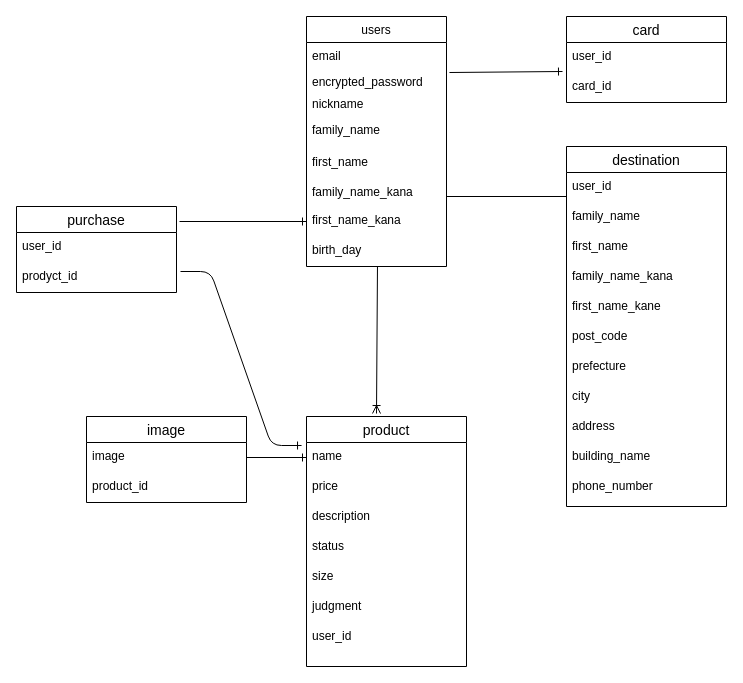
Before: test.dio in sasaki1125/furima-33075, a draw.io diagram. Source tidied: cells renumbered, new cells numbered last; positions are measured from the earlier drawing's top-left corner, leaving out a move shared by most shapes. Both pictures are drawn from the tidied source at 100%, with x=0, y=0 at pixel (16, 16).
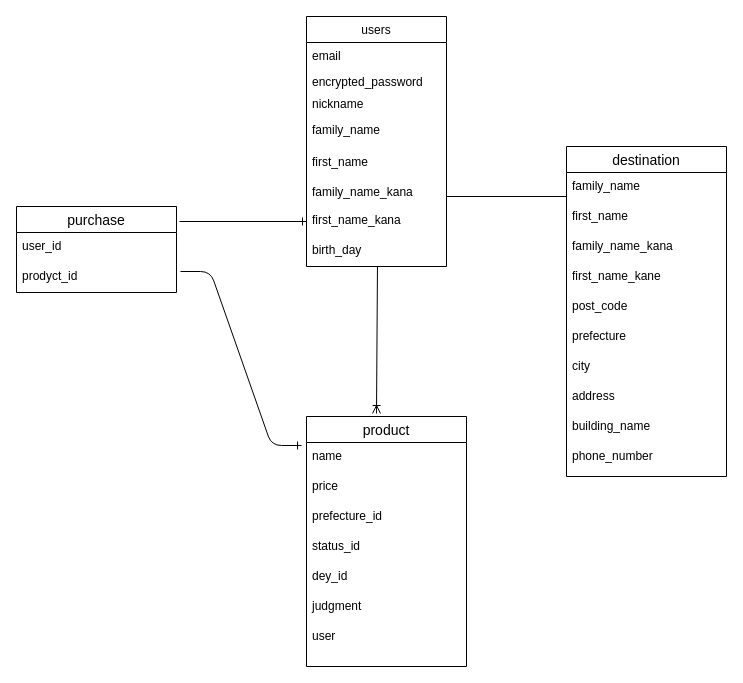
The same page after the edit.

Commit message (it also covers changes not shown here):
DB設計　再提出

Unchanged cells that the change refers to:
```xml
<mxCell id="4" value="encrypted_password" style="text;strokeColor=none;fillColor=none;align=left;verticalAlign=top;spacingLeft=4;spacingRight=4;overflow=hidden;points=[[0,0.5],[1,0.5]];portConstraint=eastwest;labelBackgroundColor=none;" parent="2" vertex="1">
  <mxGeometry y="52" width="140" height="22" as="geometry" />
</mxCell>
<mxCell id="26" value="product" style="swimlane;fontStyle=0;horizontal=1;startSize=26;align=center;fontSize=14;labelBackgroundColor=none;" parent="1" vertex="1">
  <mxGeometry x="290" y="400" width="160" height="250" as="geometry" />
</mxCell>
<mxCell id="27" value="name" style="text;strokeColor=none;fillColor=none;spacingLeft=4;spacingRight=4;overflow=hidden;points=[[0,0.5],[1,0.5]];portConstraint=eastwest;fontSize=12;" parent="26" vertex="1">
  <mxGeometry y="26" width="160" height="30" as="geometry" />
</mxCell>
```

The edit, as a diff of the source:
```diff
@@
-    <mxCell id="11" value="card" style="swimlane;fontStyle=0;horizontal=1;startSize=26;align=center;fontSize=14;labelBackgroundColor=none;" parent="1" vertex="1">
-      <mxGeometry x="550" width="160" height="86" as="geometry" />
-    </mxCell>
-    <mxCell id="12" value="user_id" style="text;strokeColor=none;fillColor=none;spacingLeft=4;spacingRight=4;overflow=hidden;points=[[0,0.5],[1,0.5]];portConstraint=eastwest;fontSize=12;" parent="11" vertex="1">
-      <mxGeometry y="26" width="160" height="30" as="geometry" />
-    </mxCell>
-    <mxCell id="13" value="card_id" style="text;strokeColor=none;fillColor=none;spacingLeft=4;spacingRight=4;overflow=hidden;fontSize=12;" parent="11" vertex="1">
-      <mxGeometry y="56" width="160" height="30" as="geometry" />
-    </mxCell>
     <mxCell id="14" value="destination" style="swimlane;fontStyle=0;horizontal=1;startSize=26;align=center;fontSize=14;labelBackgroundColor=none;" parent="1" vertex="1">
-      <mxGeometry x="550" y="130" width="160" height="360" as="geometry" />
+      <mxGeometry x="550" y="130" width="160" height="330" as="geometry" />
     </mxCell>
-    <mxCell id="15" value="user_id" style="text;strokeColor=none;fillColor=none;spacingLeft=4;spacingRight=4;overflow=hidden;fontSize=12;" parent="14" vertex="1">
-      <mxGeometry y="26" width="160" height="30" as="geometry" />
-    </mxCell>
     <mxCell id="16" value="family_name" style="text;spacingLeft=4;spacingRight=4;overflow=hidden;fontSize=12;" parent="14" vertex="1">
-      <mxGeometry y="56" width="160" height="30" as="geometry" />
+      <mxGeometry y="26" width="160" height="30" as="geometry" />
     </mxCell>
     <mxCell id="17" value="first_name" style="text;strokeColor=none;fillColor=none;spacingLeft=4;spacingRight=4;overflow=hidden;fontSize=12;" parent="14" vertex="1">
-      <mxGeometry y="86" width="160" height="30" as="geometry" />
+      <mxGeometry y="56" width="160" height="30" as="geometry" />
     </mxCell>
     <mxCell id="18" value="family_name_kana" style="text;strokeColor=none;fillColor=none;spacingLeft=4;spacingRight=4;overflow=hidden;fontSize=12;" parent="14" vertex="1">
-      <mxGeometry y="116" width="160" height="30" as="geometry" />
+      <mxGeometry y="86" width="160" height="30" as="geometry" />
     </mxCell>
     <mxCell id="19" value="first_name_kane" style="text;strokeColor=none;fillColor=none;spacingLeft=4;spacingRight=4;overflow=hidden;fontSize=12;" parent="14" vertex="1">
-      <mxGeometry y="146" width="160" height="30" as="geometry" />
+      <mxGeometry y="116" width="160" height="30" as="geometry" />
     </mxCell>
     <mxCell id="20" value="post_code" style="text;strokeColor=none;fillColor=none;spacingLeft=4;spacingRight=4;overflow=hidden;fontSize=12;" parent="14" vertex="1">
-      <mxGeometry y="176" width="160" height="30" as="geometry" />
+      <mxGeometry y="146" width="160" height="30" as="geometry" />
     </mxCell>
     <mxCell id="21" value="prefecture" style="text;strokeColor=none;fillColor=none;spacingLeft=4;spacingRight=4;overflow=hidden;fontSize=12;" parent="14" vertex="1">
-      <mxGeometry y="206" width="160" height="30" as="geometry" />
+      <mxGeometry y="176" width="160" height="30" as="geometry" />
     </mxCell>
     <mxCell id="22" value="city" style="text;strokeColor=none;fillColor=none;spacingLeft=4;spacingRight=4;overflow=hidden;fontSize=12;" parent="14" vertex="1">
-      <mxGeometry y="236" width="160" height="30" as="geometry" />
+      <mxGeometry y="206" width="160" height="30" as="geometry" />
     </mxCell>
     <mxCell id="23" value="address" style="text;strokeColor=none;fillColor=none;spacingLeft=4;spacingRight=4;overflow=hidden;fontSize=12;" parent="14" vertex="1">
-      <mxGeometry y="266" width="160" height="30" as="geometry" />
+      <mxGeometry y="236" width="160" height="30" as="geometry" />
     </mxCell>
     <mxCell id="24" value="building_name" style="text;strokeColor=none;fillColor=none;spacingLeft=4;spacingRight=4;overflow=hidden;fontSize=12;" parent="14" vertex="1">
-      <mxGeometry y="296" width="160" height="30" as="geometry" />
+      <mxGeometry y="266" width="160" height="30" as="geometry" />
     </mxCell>
     <mxCell id="25" value="phone_number&#10;&#10;" style="text;strokeColor=none;fillColor=none;spacingLeft=4;spacingRight=4;overflow=hidden;fontSize=12;" parent="14" vertex="1">
-      <mxGeometry y="326" width="160" height="34" as="geometry" />
+      <mxGeometry y="296" width="160" height="34" as="geometry" />
     </mxCell>
@@
-    <mxCell id="29" value="description" style="text;strokeColor=none;fillColor=none;spacingLeft=4;spacingRight=4;overflow=hidden;fontSize=12;" parent="26" vertex="1">
+    <mxCell id="29" value="prefecture_id" style="text;strokeColor=none;fillColor=none;spacingLeft=4;spacingRight=4;overflow=hidden;fontSize=12;" parent="26" vertex="1">
       <mxGeometry y="86" width="160" height="30" as="geometry" />
     </mxCell>
-    <mxCell id="30" value="status&#10;&#10;" style="text;strokeColor=none;fillColor=none;spacingLeft=4;spacingRight=4;overflow=hidden;fontSize=12;" parent="26" vertex="1">
+    <mxCell id="30" value="status_id&#10;&#10;" style="text;strokeColor=none;fillColor=none;spacingLeft=4;spacingRight=4;overflow=hidden;fontSize=12;" parent="26" vertex="1">
       <mxGeometry y="116" width="160" height="30" as="geometry" />
     </mxCell>
-    <mxCell id="31" value="size" style="text;strokeColor=none;fillColor=none;spacingLeft=4;spacingRight=4;overflow=hidden;fontSize=12;" parent="26" vertex="1">
+    <mxCell id="31" value="dey_id" style="text;strokeColor=none;fillColor=none;spacingLeft=4;spacingRight=4;overflow=hidden;fontSize=12;" parent="26" vertex="1">
       <mxGeometry y="146" width="160" height="30" as="geometry" />
     </mxCell>
@@
-    <mxCell id="33" value="user_id" style="text;strokeColor=none;fillColor=none;spacingLeft=4;spacingRight=4;overflow=hidden;fontSize=12;" parent="26" vertex="1">
+    <mxCell id="33" value="user&#10;" style="text;strokeColor=none;fillColor=none;spacingLeft=4;spacingRight=4;overflow=hidden;fontSize=12;" parent="26" vertex="1">
       <mxGeometry y="206" width="160" height="44" as="geometry" />
     </mxCell>
-    <mxCell id="34" value="image" style="swimlane;fontStyle=0;horizontal=1;startSize=26;align=center;fontSize=14;labelBackgroundColor=none;" parent="1" vertex="1">
-      <mxGeometry x="70" y="400" width="160" height="86" as="geometry" />
-    </mxCell>
-    <mxCell id="35" value="image" style="text;strokeColor=none;fillColor=none;spacingLeft=4;spacingRight=4;overflow=hidden;fontSize=12;" parent="34" vertex="1">
-      <mxGeometry y="26" width="160" height="30" as="geometry" />
-    </mxCell>
-    <mxCell id="36" value="product_id" style="text;strokeColor=none;fillColor=none;spacingLeft=4;spacingRight=4;overflow=hidden;fontSize=12;" parent="34" vertex="1">
-      <mxGeometry y="56" width="160" height="30" as="geometry" />
-    </mxCell>
@@
-    <mxCell id="39" style="fontSize=12;html=1;endArrow=ERone;endFill=1;entryX=-0.025;entryY=0.967;entryDx=0;entryDy=0;entryPerimeter=0;exitX=1.021;exitY=0.182;exitDx=0;exitDy=0;exitPerimeter=0;" parent="1" edge="1" source="4" target="12">
-      <mxGeometry relative="1" as="geometry" />
-    </mxCell>
@@
-    <mxCell id="41" style="fontSize=12;html=1;endArrow=ERone;endFill=1;entryX=0;entryY=0.5;entryDx=0;entryDy=0;" parent="1" edge="1" target="27">
-      <mxGeometry relative="1" as="geometry">
-        <mxPoint x="230" y="441" as="sourcePoint" />
-      </mxGeometry>
-    </mxCell>
```
